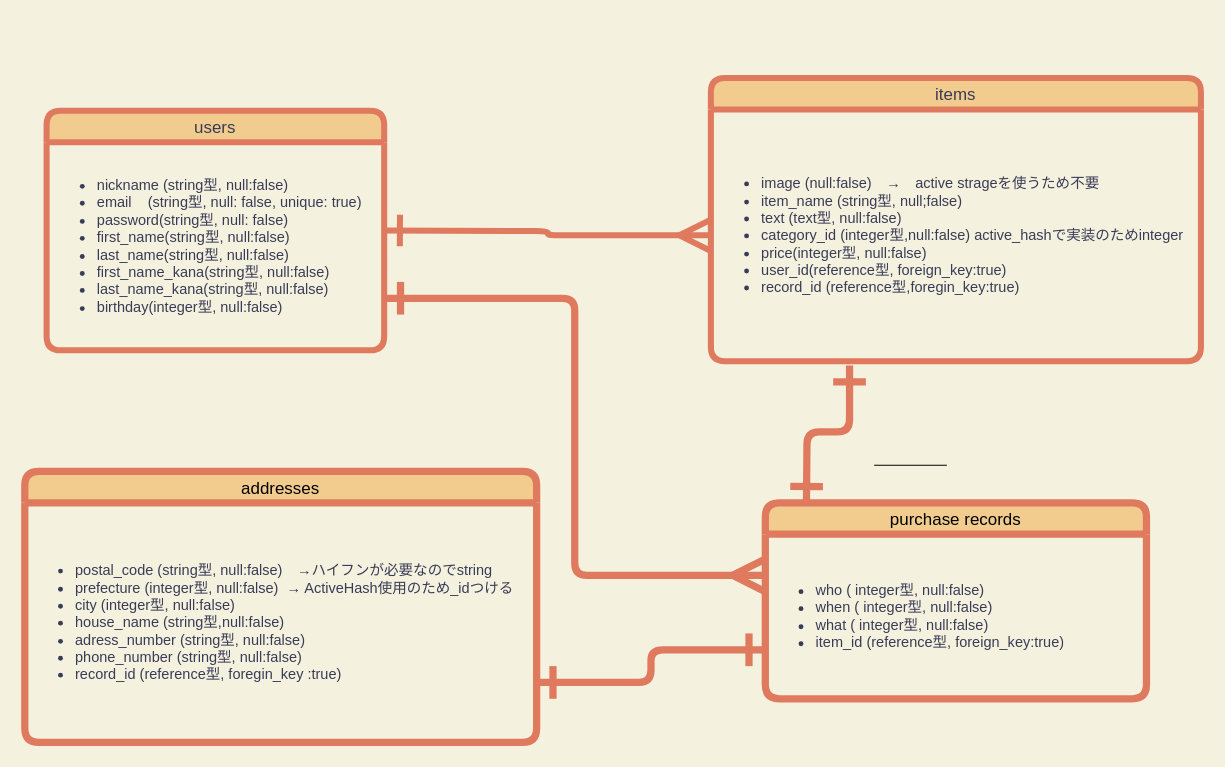
This is erchart.dio from rin3124hello/furima-30567, a draw.io file, before an edit. Source tidied: cells renumbered, new cells numbered last; positions are measured from the earlier drawing's top-left corner, leaving out a move shared by most shapes. Both pictures are drawn from the tidied source at 121%, with x=0, y=0 at pixel (24, 77).
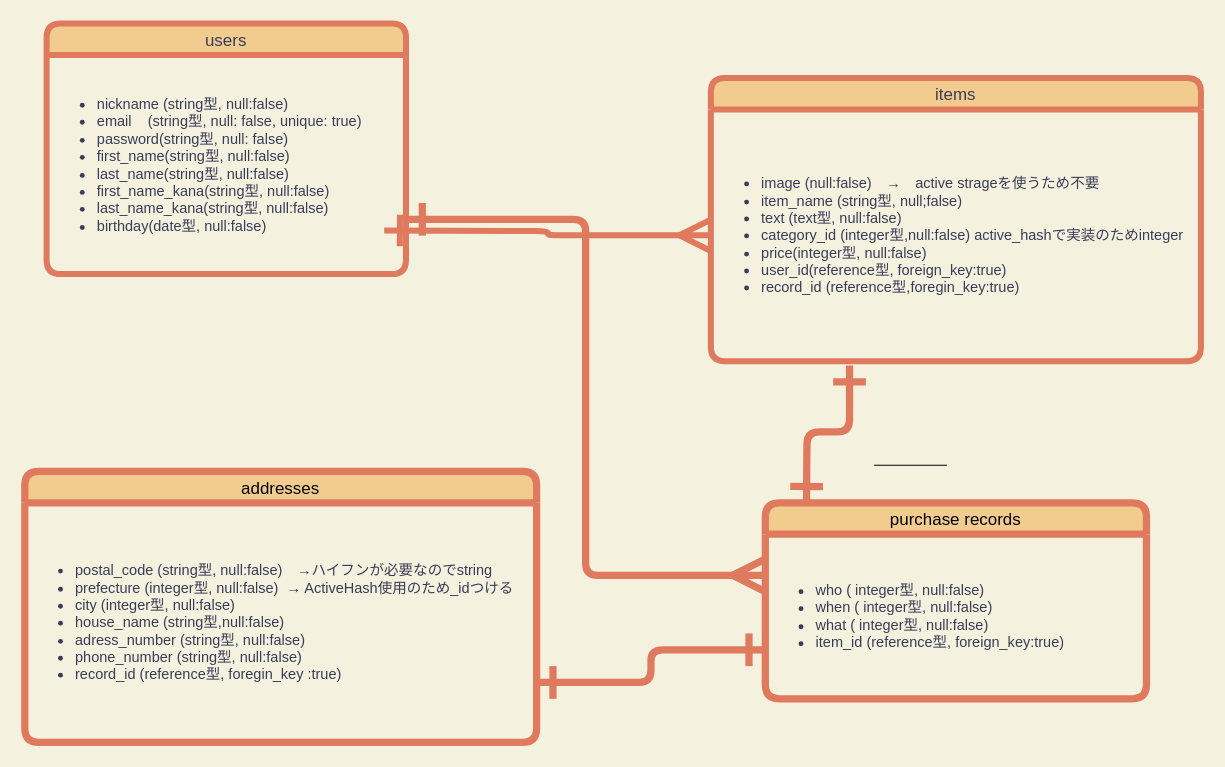
After the change.

Commit message (it also covers changes not shown here):
カラム修正(2)

Diff of the diagram source:
```diff
@@
 <mxGraphModel background="#F4F1DE">
   <root>
     <mxCell id="0" />
     <mxCell id="1" parent="0" />
     <mxCell id="2" value="users" style="swimlane;fontStyle=0;horizontal=1;startSize=26;align=center;fontSize=14;fillColor=#F2CC8F;strokeColor=#E07A5F;fontColor=#393C56;strokeWidth=5;rounded=1;verticalAlign=middle;" parent="1" vertex="1">
-      <mxGeometry x="18" y="27" width="279" height="198" as="geometry" />
+      <mxGeometry x="18" y="-45" width="297" height="207" as="geometry" />
     </mxCell>
-    <mxCell id="3" value="&lt;ul&gt;&lt;li&gt;nickname (string型, null:false)&lt;/li&gt;&lt;li&gt;email&amp;nbsp; &amp;nbsp; (string型, null: false, unique: true)&lt;/li&gt;&lt;li&gt;password(string型, null: false)&lt;/li&gt;&lt;li&gt;first_name(string型, null:false)&lt;/li&gt;&lt;li&gt;last_name(string型, null:false)&lt;/li&gt;&lt;li&gt;first_name_kana(string型, null:false)&lt;/li&gt;&lt;li&gt;last_name_kana(string型, null:false)&lt;/li&gt;&lt;li&gt;birthday(integer型, null:false)&lt;/li&gt;&lt;/ul&gt;" style="text;strokeColor=none;fillColor=none;html=1;whiteSpace=wrap;verticalAlign=middle;overflow=hidden;fontColor=#393C56;strokeWidth=5;rounded=1;horizontal=1;" parent="2" vertex="1">
-      <mxGeometry y="26" width="279" height="172" as="geometry" />
+    <mxCell id="3" value="&lt;ul&gt;&lt;li&gt;nickname (string型, null:false)&lt;/li&gt;&lt;li&gt;email&amp;nbsp; &amp;nbsp; (string型, null: false, unique: true)&lt;/li&gt;&lt;li&gt;password(string型, null: false)&lt;/li&gt;&lt;li&gt;first_name(string型, null:false)&lt;/li&gt;&lt;li&gt;last_name(string型, null:false)&lt;/li&gt;&lt;li&gt;first_name_kana(string型, null:false)&lt;/li&gt;&lt;li&gt;last_name_kana(string型, null:false)&lt;/li&gt;&lt;li&gt;birthday(date型, null:false)&lt;/li&gt;&lt;/ul&gt;" style="text;strokeColor=none;fillColor=none;html=1;whiteSpace=wrap;verticalAlign=middle;overflow=hidden;fontColor=#393C56;strokeWidth=5;rounded=1;horizontal=1;" parent="2" vertex="1">
+      <mxGeometry y="26" width="297" height="181" as="geometry" />
     </mxCell>
     <mxCell id="4" style="edgeStyle=orthogonalEdgeStyle;jettySize=auto;html=1;strokeColor=#E07A5F;fontColor=#393C56;strokeWidth=5;endArrow=ERmany;endFill=0;startSize=20;endSize=20;labelBackgroundColor=#F4F1DE;verticalAlign=middle;horizontal=1;startArrow=ERone;startFill=0;entryX=0;entryY=0.5;entryDx=0;entryDy=0;" parent="1" edge="1" target="7">
       <mxGeometry relative="1" as="geometry">
         <mxPoint x="297" y="126" as="sourcePoint" />
       </mxGeometry>
     </mxCell>
     <mxCell id="5" style="edgeStyle=orthogonalEdgeStyle;rounded=1;jettySize=auto;html=1;entryX=0.283;entryY=1.017;entryDx=0;entryDy=0;entryPerimeter=0;strokeColor=#E07A5F;fillColor=#F2CC8F;fontColor=#000000;endArrow=ERone;endFill=0;strokeWidth=6;endSize=20;startArrow=ERone;startFill=0;startSize=20;" parent="1" edge="1" target="7">
       <mxGeometry relative="1" as="geometry">
         <mxPoint x="646" y="351" as="sourcePoint" />
       </mxGeometry>
     </mxCell>
     <mxCell id="6" value="items" style="swimlane;fontStyle=0;horizontal=1;startSize=26;align=center;fontSize=14;fillColor=#F2CC8F;strokeColor=#E07A5F;fontColor=#393C56;strokeWidth=5;rounded=1;verticalAlign=middle;" parent="1" vertex="1">
       <mxGeometry x="567" width="405" height="234" as="geometry" />
     </mxCell>
     <mxCell id="7" value="&lt;ul&gt;&lt;li&gt;image (null:false)　→　active strageを使うため不要&lt;/li&gt;&lt;li&gt;item_name (string型, null;false)　&lt;/li&gt;&lt;li&gt;text (text型, null:false)&lt;/li&gt;&lt;li&gt;category_id (integer型,null:false) active_hashで実装のためinteger&lt;/li&gt;&lt;li&gt;price(integer型, null:false)&lt;/li&gt;&lt;li&gt;user_id(reference型, foreign_key:true)&lt;/li&gt;&lt;li&gt;record_id (reference型,foregin_key:true)&lt;/li&gt;&lt;/ul&gt;" style="text;strokeColor=none;fillColor=none;html=1;whiteSpace=wrap;verticalAlign=middle;overflow=hidden;fontColor=#393C56;strokeWidth=5;rounded=1;horizontal=1;" parent="6" vertex="1">
       <mxGeometry y="26" width="405" height="208" as="geometry" />
     </mxCell>
     <mxCell id="8" value="purchase records" style="swimlane;fontStyle=0;horizontal=1;startSize=26;align=center;fontSize=14;rounded=1;strokeColor=#E07A5F;fillColor=#F2CC8F;strokeWidth=6;fontColor=#000000;verticalAlign=middle;" parent="1" vertex="1">
       <mxGeometry x="612" y="351" width="315" height="162" as="geometry" />
     </mxCell>
     <mxCell id="9" value="&lt;ul&gt;&lt;li&gt;who ( integer型, null:false)&lt;/li&gt;&lt;li&gt;when ( integer型, null:false)&lt;/li&gt;&lt;li&gt;what ( integer型, null:false)&lt;/li&gt;&lt;li&gt;item_id (reference型, foreign_key:true)&lt;/li&gt;&lt;/ul&gt;" style="text;strokeColor=none;fillColor=none;html=1;whiteSpace=wrap;verticalAlign=middle;overflow=hidden;rounded=1;fontColor=#393C56;strokeWidth=6;horizontal=1;" parent="8" vertex="1">
       <mxGeometry y="26" width="315" height="136" as="geometry" />
     </mxCell>
     <mxCell id="10" style="line;strokeWidth=1;dashed=0;labelPosition=right;align=left;verticalAlign=middle;spacingTop=0;spacingLeft=6;rounded=1;fillColor=#F2CC8F;fontColor=#000000;" parent="1" vertex="1">
       <mxGeometry x="702" y="315" width="60" height="10" as="geometry" />
     </mxCell>
     <mxCell id="11" style="edgeStyle=orthogonalEdgeStyle;rounded=1;jettySize=auto;html=1;exitX=1;exitY=0.75;exitDx=0;exitDy=0;entryX=0;entryY=0.75;entryDx=0;entryDy=0;startArrow=ERone;startFill=0;startSize=20;endArrow=ERone;endFill=0;endSize=20;strokeColor=#E07A5F;strokeWidth=6;fillColor=#F2CC8F;fontColor=#000000;" parent="1" edge="1" source="14" target="8">
       <mxGeometry relative="1" as="geometry" />
     </mxCell>
     <mxCell id="12" style="edgeStyle=orthogonalEdgeStyle;rounded=1;jettySize=auto;html=1;exitX=1;exitY=0.75;exitDx=0;exitDy=0;entryX=0;entryY=0.25;entryDx=0;entryDy=0;startArrow=ERone;startFill=0;startSize=20;endArrow=ERmany;endFill=0;endSize=20;strokeColor=#E07A5F;strokeWidth=6;fillColor=#F2CC8F;fontColor=#000000;" parent="1" edge="1" source="3" target="9">
       <mxGeometry relative="1" as="geometry" />
     </mxCell>
     <mxCell id="13" value="addresses" style="swimlane;fontStyle=0;horizontal=1;startSize=26;align=center;fontSize=14;rounded=1;strokeColor=#E07A5F;fillColor=#F2CC8F;strokeWidth=6;fontColor=#000000;verticalAlign=middle;" parent="1" vertex="1">
       <mxGeometry y="325" width="423" height="224" as="geometry" />
     </mxCell>
     <mxCell id="14" value="&lt;ul&gt;&lt;li&gt;postal_code (string型, null:false)　→ハイフンが必要なのでstring&lt;/li&gt;&lt;li&gt;prefecture (integer型, null:false)&amp;nbsp; → ActiveHash使用のため_idつける&lt;/li&gt;&lt;li&gt;city (integer型, null:false)&lt;/li&gt;&lt;li&gt;house_name (string型,null:false)&lt;/li&gt;&lt;li&gt;adress_number (string型, null:false)&lt;/li&gt;&lt;li&gt;phone_number (string型, null:false)&lt;/li&gt;&lt;li&gt;record_id (reference型, foregin_key :true)&lt;/li&gt;&lt;/ul&gt;" style="text;strokeColor=none;fillColor=none;html=1;whiteSpace=wrap;verticalAlign=middle;overflow=hidden;rounded=1;fontColor=#393C56;strokeWidth=6;horizontal=1;" parent="13" vertex="1">
       <mxGeometry y="26" width="423" height="198" as="geometry" />
     </mxCell>
   </root>
 </mxGraphModel>
```
